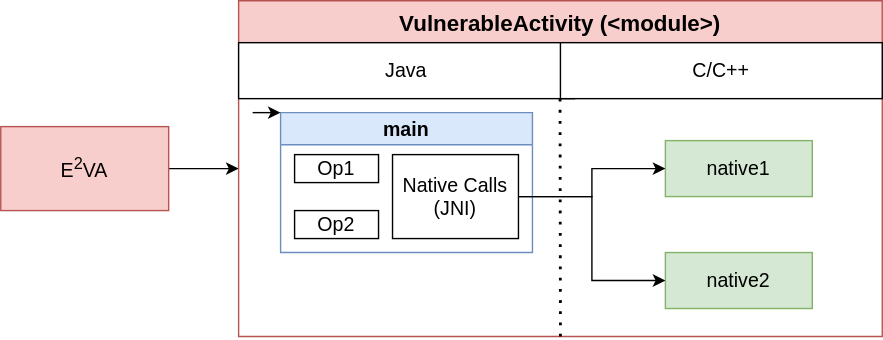
fkie-cad/eeva keeps this draw.io diagram as assets/eeva.svg. Above is the earlier version. Source tidied: cells renumbered, new cells last; positions are measured from the earlier drawing's top-left corner, leaving out a move shared by most shapes.
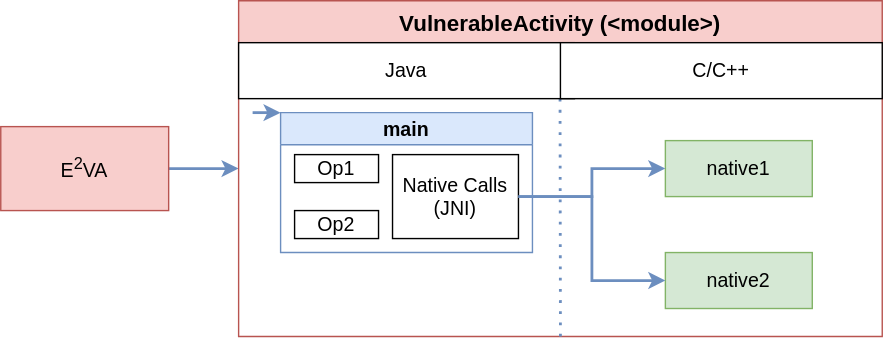
After the change.

Diff of the diagram source:
```diff
@@ -2,7 +2,7 @@
   <root>
     <mxCell id="0" />
     <mxCell id="1" parent="0" />
-    <mxCell id="2" style="edgeStyle=none;rounded=0;jettySize=auto;html=1;entryX=0;entryY=0.5;entryDx=0;entryDy=0;fontSize=14;" parent="1" edge="1" source="3" target="4">
+    <mxCell id="2" style="edgeStyle=none;rounded=0;jettySize=auto;html=1;entryX=0;entryY=0.5;entryDx=0;entryDy=0;fontSize=14;fillColor=#dae8fc;strokeColor=#6C8EBF;strokeWidth=2;" parent="1" edge="1" source="3" target="4">
       <mxGeometry relative="1" as="geometry" />
     </mxCell>
     <mxCell id="3" value="E&lt;sup&gt;2&lt;/sup&gt;VA" style="rounded=0;whiteSpace=wrap;html=1;fontSize=14;fillColor=#f8cecc;strokeColor=#b85450;" parent="1" vertex="1">
@@ -11,7 +11,7 @@
     <mxCell id="4" value="VulnerableActivity (&lt;module&gt;)" style="swimlane;fontSize=16;fillColor=#f8cecc;startSize=30;strokeColor=#b85450;" parent="1" vertex="1">
       <mxGeometry x="170" width="460" height="240" as="geometry" />
     </mxCell>
-    <mxCell id="5" style="endArrow=none;dashed=1;html=1;dashPattern=1 3;strokeWidth=2;rounded=0;fontSize=14;" parent="4" edge="1">
+    <mxCell id="5" style="endArrow=none;dashed=1;html=1;dashPattern=1 3;strokeWidth=2;rounded=0;fontSize=14;strokeColor=#6C8EBF;" parent="4" edge="1">
       <mxGeometry relative="1" as="geometry">
         <mxPoint x="230" y="240" as="sourcePoint" />
         <mxPoint x="229.7" y="30" as="targetPoint" />
@@ -38,16 +38,16 @@
     <mxCell id="12" value="native1" style="rounded=0;whiteSpace=wrap;html=1;fontSize=14;fillColor=#d5e8d4;strokeColor=#82b366;" parent="4" vertex="1">
       <mxGeometry x="305" y="100" width="105" height="40" as="geometry" />
     </mxCell>
-    <mxCell id="13" style="edgeStyle=orthogonalEdgeStyle;rounded=0;jettySize=auto;html=1;entryX=0;entryY=0.5;entryDx=0;entryDy=0;fontSize=14;" parent="4" edge="1" source="11" target="12">
+    <mxCell id="13" style="edgeStyle=orthogonalEdgeStyle;rounded=0;jettySize=auto;html=1;entryX=0;entryY=0.5;entryDx=0;entryDy=0;fontSize=14;strokeColor=#6C8EBF;strokeWidth=2;" parent="4" edge="1" source="11" target="12">
       <mxGeometry relative="1" as="geometry" />
     </mxCell>
     <mxCell id="14" value="native2" style="rounded=0;whiteSpace=wrap;html=1;fontSize=14;fillColor=#d5e8d4;strokeColor=#82b366;" parent="4" vertex="1">
       <mxGeometry x="305" y="180" width="105" height="40" as="geometry" />
     </mxCell>
-    <mxCell id="15" style="edgeStyle=orthogonalEdgeStyle;rounded=0;jettySize=auto;html=1;entryX=0;entryY=0.5;entryDx=0;entryDy=0;fontSize=14;" parent="4" edge="1" source="11" target="14">
+    <mxCell id="15" style="edgeStyle=orthogonalEdgeStyle;rounded=0;jettySize=auto;html=1;entryX=0;entryY=0.5;entryDx=0;entryDy=0;fontSize=14;strokeWidth=2;strokeColor=#6C8EBF;" parent="4" edge="1" source="11" target="14">
       <mxGeometry relative="1" as="geometry" />
     </mxCell>
-    <mxCell id="16" style="endArrow=classic;html=1;rounded=0;fontSize=14;entryX=0;entryY=0;entryDx=0;entryDy=0;" parent="1" edge="1" target="8">
+    <mxCell id="16" style="endArrow=classic;html=1;rounded=0;fontSize=14;entryX=0;entryY=0;entryDx=0;entryDy=0;strokeColor=#6C8EBF;strokeWidth=2;" parent="1" edge="1" target="8">
       <mxGeometry relative="1" as="geometry">
         <mxPoint x="180" y="80" as="sourcePoint" />
       </mxGeometry>
```
